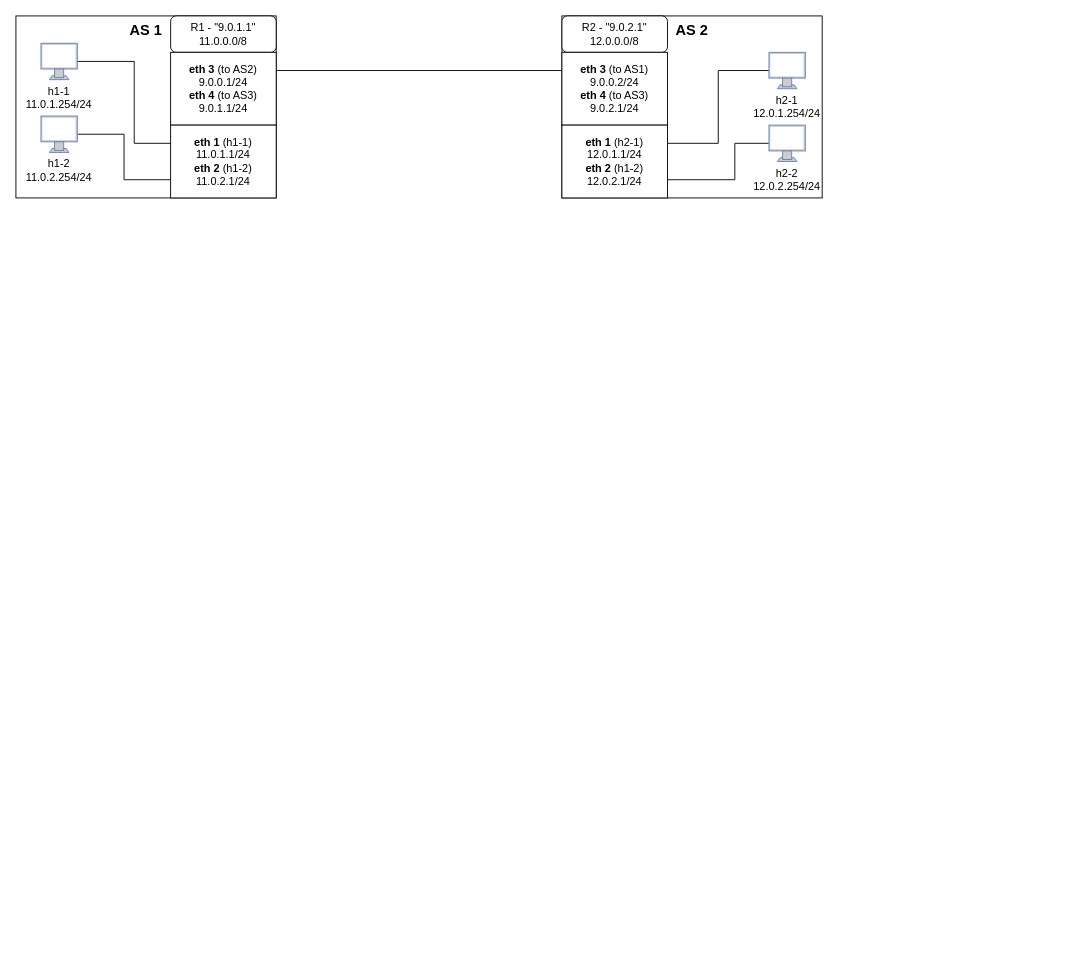
This is CN_BGPHijacking.drawio from andymakesapps/diagrams, a draw.io file, before an edit. Source tidied: cells renumbered, new cells numbered last; positions are measured from the earlier drawing's top-left corner, leaving out a move shared by most shapes. Both pictures are drawn from the tidied source at 91%, with x=0, y=0 at pixel (15, 15).
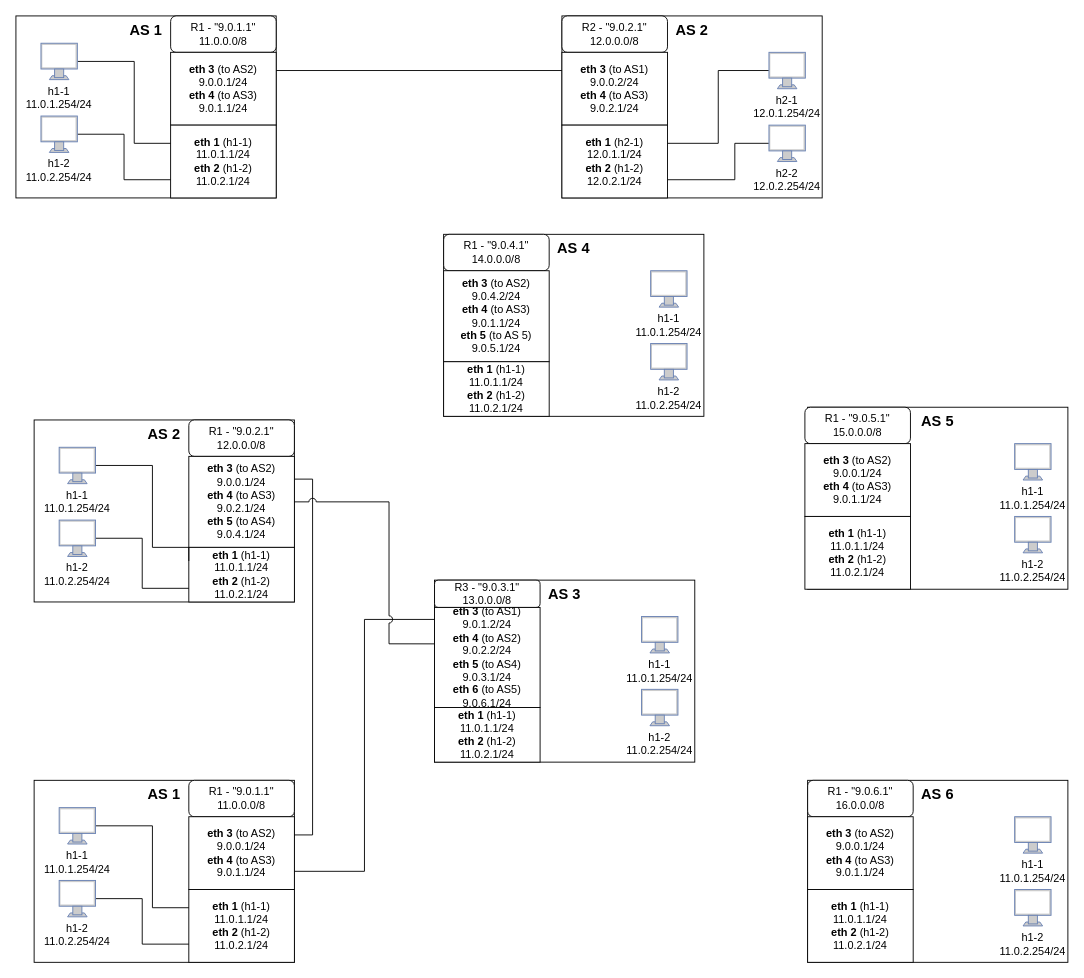
Above is the later version.

The edit, as a diff of the source:
```diff
@@
+    <mxCell id="27" style="group;" parent="1" vertex="1">
+      <mxGeometry x="20" y="840" width="286" height="200" as="geometry" />
+    </mxCell>
+    <mxCell id="28" style="rounded=0;whiteSpace=wrap;html=1;" parent="27" vertex="1">
+      <mxGeometry width="286" height="200" as="geometry" />
+    </mxCell>
+    <mxCell id="29" value="R1 - &quot;9.0.1.1&quot;&lt;br&gt;11.0.0.0/8" style="rounded=1;whiteSpace=wrap;html=1;" parent="27" vertex="1">
+      <mxGeometry x="170" width="116" height="40" as="geometry" />
+    </mxCell>
+    <mxCell id="30" value="&lt;b&gt;eth 3 &lt;/b&gt;(to AS2)&lt;br&gt;9.0.0.1/24&lt;br&gt;&lt;b&gt;eth 4 &lt;/b&gt;(to AS3)&lt;br&gt;9.0.1.1/24" style="rounded=0;whiteSpace=wrap;html=1;" parent="27" vertex="1">
+      <mxGeometry x="170" y="40" width="116" height="80" as="geometry" />
+    </mxCell>
+    <mxCell id="31" value="&lt;b&gt;eth 1&amp;nbsp;&lt;/b&gt;(h1-1)&lt;br&gt;11.0.1.1/24&lt;br&gt;&lt;b&gt;eth 2&amp;nbsp;&lt;/b&gt;(h1-2)&lt;br&gt;11.0.2.1/24" style="rounded=0;whiteSpace=wrap;html=1;" parent="27" vertex="1">
+      <mxGeometry x="170" y="120" width="116" height="80" as="geometry" />
+    </mxCell>
+    <mxCell id="32" style="edgeStyle=orthogonalEdgeStyle;rounded=0;jettySize=auto;html=1;exitX=1;exitY=0.5;exitDx=0;exitDy=0;exitPerimeter=0;entryX=0;entryY=0.25;entryDx=0;entryDy=0;endArrow=none;endFill=0;" parent="27" edge="1" source="33" target="31">
+      <mxGeometry relative="1" as="geometry">
+        <Array as="points">
+          <mxPoint x="130" y="50" />
+          <mxPoint x="130" y="140" />
+        </Array>
+      </mxGeometry>
+    </mxCell>
+    <mxCell id="33" style="fontColor=#0066CC;verticalAlign=top;verticalLabelPosition=bottom;labelPosition=center;align=center;html=1;outlineConnect=0;fillColor=#CCCCCC;strokeColor=#6881B3;gradientColor=none;gradientDirection=north;strokeWidth=2;shape=mxgraph.networks.monitor;" parent="27" vertex="1">
+      <mxGeometry x="27.5" y="30" width="40" height="40" as="geometry" />
+    </mxCell>
+    <mxCell id="34" value="h1-1&lt;br&gt;11.0.1.254/24" style="text;html=1;strokeColor=none;fillColor=none;align=center;verticalAlign=middle;whiteSpace=wrap;rounded=0;" parent="27" vertex="1">
+      <mxGeometry x="20" y="75" width="55" height="30" as="geometry" />
+    </mxCell>
+    <mxCell id="35" style="edgeStyle=orthogonalEdgeStyle;rounded=0;jettySize=auto;html=1;exitX=1;exitY=0.5;exitDx=0;exitDy=0;exitPerimeter=0;entryX=0;entryY=0.75;entryDx=0;entryDy=0;endArrow=none;endFill=0;" parent="27" edge="1" source="36" target="31">
+      <mxGeometry relative="1" as="geometry" />
+    </mxCell>
+    <mxCell id="36" style="fontColor=#0066CC;verticalAlign=top;verticalLabelPosition=bottom;labelPosition=center;align=center;html=1;outlineConnect=0;fillColor=#CCCCCC;strokeColor=#6881B3;gradientColor=none;gradientDirection=north;strokeWidth=2;shape=mxgraph.networks.monitor;" parent="27" vertex="1">
+      <mxGeometry x="27.5" y="110" width="40" height="40" as="geometry" />
+    </mxCell>
+    <mxCell id="37" value="h1-2&lt;br&gt;11.0.2.254/24" style="text;html=1;strokeColor=none;fillColor=none;align=center;verticalAlign=middle;whiteSpace=wrap;rounded=0;" parent="27" vertex="1">
+      <mxGeometry x="20" y="155" width="55" height="30" as="geometry" />
+    </mxCell>
+    <mxCell id="38" value="&lt;b&gt;&lt;font style=&quot;font-size: 16px;&quot;&gt;AS 1&lt;/font&gt;&lt;/b&gt;" style="text;html=1;strokeColor=none;fillColor=none;align=center;verticalAlign=middle;whiteSpace=wrap;rounded=0;" parent="27" vertex="1">
+      <mxGeometry x="113" width="60" height="30" as="geometry" />
+    </mxCell>
+    <mxCell id="39" style="group;" parent="1" vertex="1">
+      <mxGeometry x="870" y="840" width="286" height="200" as="geometry" />
+    </mxCell>
+    <mxCell id="40" style="rounded=0;whiteSpace=wrap;html=1;" parent="39" vertex="1">
+      <mxGeometry width="286" height="200" as="geometry" />
+    </mxCell>
+    <mxCell id="41" style="fontColor=#0066CC;verticalAlign=top;verticalLabelPosition=bottom;labelPosition=center;align=center;html=1;fillColor=#CCCCCC;strokeColor=#6881B3;gradientColor=none;gradientDirection=north;strokeWidth=2;shape=mxgraph.networks.monitor;" parent="39" vertex="1">
+      <mxGeometry x="227.5" y="40" width="40" height="40" as="geometry" />
+    </mxCell>
+    <mxCell id="42" value="h1-1&lt;br&gt;11.0.1.254/24" style="text;html=1;strokeColor=none;fillColor=none;align=center;verticalAlign=middle;whiteSpace=wrap;rounded=0;" parent="39" vertex="1">
+      <mxGeometry x="220" y="85" width="55" height="30" as="geometry" />
+    </mxCell>
+    <mxCell id="43" style="fontColor=#0066CC;verticalAlign=top;verticalLabelPosition=bottom;labelPosition=center;align=center;html=1;fillColor=#CCCCCC;strokeColor=#6881B3;gradientColor=none;gradientDirection=north;strokeWidth=2;shape=mxgraph.networks.monitor;" parent="39" vertex="1">
+      <mxGeometry x="227.5" y="120" width="40" height="40" as="geometry" />
+    </mxCell>
+    <mxCell id="44" value="h1-2&lt;br&gt;11.0.2.254/24" style="text;html=1;strokeColor=none;fillColor=none;align=center;verticalAlign=middle;whiteSpace=wrap;rounded=0;" parent="39" vertex="1">
+      <mxGeometry x="220" y="165" width="55" height="30" as="geometry" />
+    </mxCell>
+    <mxCell id="45" value="&lt;b&gt;&lt;font style=&quot;font-size: 16px;&quot;&gt;AS 6&lt;/font&gt;&lt;/b&gt;" style="text;html=1;strokeColor=none;fillColor=none;align=center;verticalAlign=middle;whiteSpace=wrap;rounded=0;" parent="39" vertex="1">
+      <mxGeometry x="113" width="60" height="30" as="geometry" />
+    </mxCell>
+    <mxCell id="46" value="R1 - &quot;9.0.6.1&quot;&lt;br&gt;16.0.0.0/8" style="rounded=1;whiteSpace=wrap;html=1;" parent="39" vertex="1">
+      <mxGeometry width="116" height="40" as="geometry" />
+    </mxCell>
+    <mxCell id="47" value="&lt;b&gt;eth 3 &lt;/b&gt;(to AS2)&lt;br&gt;9.0.0.1/24&lt;br&gt;&lt;b&gt;eth 4 &lt;/b&gt;(to AS3)&lt;br&gt;9.0.1.1/24" style="rounded=0;whiteSpace=wrap;html=1;" parent="39" vertex="1">
+      <mxGeometry y="40" width="116" height="80" as="geometry" />
+    </mxCell>
+    <mxCell id="48" value="&lt;b&gt;eth 1&amp;nbsp;&lt;/b&gt;(h1-1)&lt;br&gt;11.0.1.1/24&lt;br&gt;&lt;b&gt;eth 2&amp;nbsp;&lt;/b&gt;(h1-2)&lt;br&gt;11.0.2.1/24" style="rounded=0;whiteSpace=wrap;html=1;" parent="39" vertex="1">
+      <mxGeometry y="120" width="116" height="80" as="geometry" />
+    </mxCell>
+    <mxCell id="49" style="group;" parent="1" vertex="1">
+      <mxGeometry x="20" y="444" width="286" height="200" as="geometry" />
+    </mxCell>
+    <mxCell id="50" style="rounded=0;whiteSpace=wrap;html=1;" parent="49" vertex="1">
+      <mxGeometry width="286" height="200" as="geometry" />
+    </mxCell>
+    <mxCell id="51" value="R1 - &quot;9.0.2.1&quot;&lt;br&gt;12.0.0.0/8" style="rounded=1;whiteSpace=wrap;html=1;" parent="49" vertex="1">
+      <mxGeometry x="170" width="116" height="40" as="geometry" />
+    </mxCell>
+    <mxCell id="52" value="&lt;b&gt;eth 3 &lt;/b&gt;(to AS2)&lt;br&gt;9.0.0.1/24&lt;br&gt;&lt;b&gt;eth 4 &lt;/b&gt;(to AS3)&lt;br&gt;9.0.2.1/24&lt;br&gt;&lt;b&gt;eth 5 &lt;/b&gt;(to AS4)&lt;br&gt;9.0.4.1/24" style="rounded=0;whiteSpace=wrap;html=1;" parent="49" vertex="1">
+      <mxGeometry x="170" y="40" width="116" height="100" as="geometry" />
+    </mxCell>
+    <mxCell id="53" value="&lt;b&gt;eth 1&amp;nbsp;&lt;/b&gt;(h1-1)&lt;br&gt;11.0.1.1/24&lt;br&gt;&lt;b&gt;eth 2&amp;nbsp;&lt;/b&gt;(h1-2)&lt;br&gt;11.0.2.1/24" style="rounded=0;whiteSpace=wrap;html=1;" parent="49" vertex="1">
+      <mxGeometry x="170" y="140" width="116" height="60" as="geometry" />
+    </mxCell>
+    <mxCell id="54" style="edgeStyle=orthogonalEdgeStyle;rounded=0;jettySize=auto;html=1;exitX=1;exitY=0.5;exitDx=0;exitDy=0;exitPerimeter=0;entryX=0;entryY=0.25;entryDx=0;entryDy=0;endArrow=none;endFill=0;" parent="49" edge="1" source="55" target="53">
+      <mxGeometry relative="1" as="geometry">
+        <Array as="points">
+          <mxPoint x="130" y="50" />
+          <mxPoint x="130" y="140" />
+        </Array>
+      </mxGeometry>
+    </mxCell>
+    <mxCell id="55" style="fontColor=#0066CC;verticalAlign=top;verticalLabelPosition=bottom;labelPosition=center;align=center;html=1;outlineConnect=0;fillColor=#CCCCCC;strokeColor=#6881B3;gradientColor=none;gradientDirection=north;strokeWidth=2;shape=mxgraph.networks.monitor;" parent="49" vertex="1">
+      <mxGeometry x="27.5" y="30" width="40" height="40" as="geometry" />
+    </mxCell>
+    <mxCell id="56" value="h1-1&lt;br&gt;11.0.1.254/24" style="text;html=1;strokeColor=none;fillColor=none;align=center;verticalAlign=middle;whiteSpace=wrap;rounded=0;" parent="49" vertex="1">
+      <mxGeometry x="20" y="75" width="55" height="30" as="geometry" />
+    </mxCell>
+    <mxCell id="57" style="edgeStyle=orthogonalEdgeStyle;rounded=0;jettySize=auto;html=1;exitX=1;exitY=0.5;exitDx=0;exitDy=0;exitPerimeter=0;entryX=0;entryY=0.75;entryDx=0;entryDy=0;endArrow=none;endFill=0;" parent="49" edge="1" source="58" target="53">
+      <mxGeometry relative="1" as="geometry" />
+    </mxCell>
+    <mxCell id="58" style="fontColor=#0066CC;verticalAlign=top;verticalLabelPosition=bottom;labelPosition=center;align=center;html=1;outlineConnect=0;fillColor=#CCCCCC;strokeColor=#6881B3;gradientColor=none;gradientDirection=north;strokeWidth=2;shape=mxgraph.networks.monitor;" parent="49" vertex="1">
+      <mxGeometry x="27.5" y="110" width="40" height="40" as="geometry" />
+    </mxCell>
+    <mxCell id="59" value="h1-2&lt;br&gt;11.0.2.254/24" style="text;html=1;strokeColor=none;fillColor=none;align=center;verticalAlign=middle;whiteSpace=wrap;rounded=0;" parent="49" vertex="1">
+      <mxGeometry x="20" y="155" width="55" height="30" as="geometry" />
+    </mxCell>
+    <mxCell id="60" value="&lt;b&gt;&lt;font style=&quot;font-size: 16px;&quot;&gt;AS 2&lt;/font&gt;&lt;/b&gt;" style="text;html=1;strokeColor=none;fillColor=none;align=center;verticalAlign=middle;whiteSpace=wrap;rounded=0;" parent="49" vertex="1">
+      <mxGeometry x="113" width="60" height="30" as="geometry" />
+    </mxCell>
+    <mxCell id="61" style="group;" parent="1" vertex="1">
+      <mxGeometry x="460" y="620" width="286" height="200" as="geometry" />
+    </mxCell>
+    <mxCell id="62" style="rounded=0;whiteSpace=wrap;html=1;" parent="61" vertex="1">
+      <mxGeometry width="286" height="200" as="geometry" />
+    </mxCell>
+    <mxCell id="63" style="fontColor=#0066CC;verticalAlign=top;verticalLabelPosition=bottom;labelPosition=center;align=center;html=1;fillColor=#CCCCCC;strokeColor=#6881B3;gradientColor=none;gradientDirection=north;strokeWidth=2;shape=mxgraph.networks.monitor;" parent="61" vertex="1">
+      <mxGeometry x="227.5" y="40" width="40" height="40" as="geometry" />
+    </mxCell>
+    <mxCell id="64" value="h1-1&lt;br&gt;11.0.1.254/24" style="text;html=1;strokeColor=none;fillColor=none;align=center;verticalAlign=middle;whiteSpace=wrap;rounded=0;" parent="61" vertex="1">
+      <mxGeometry x="220" y="85" width="55" height="30" as="geometry" />
+    </mxCell>
+    <mxCell id="65" style="fontColor=#0066CC;verticalAlign=top;verticalLabelPosition=bottom;labelPosition=center;align=center;html=1;fillColor=#CCCCCC;strokeColor=#6881B3;gradientColor=none;gradientDirection=north;strokeWidth=2;shape=mxgraph.networks.monitor;" parent="61" vertex="1">
+      <mxGeometry x="227.5" y="120" width="40" height="40" as="geometry" />
+    </mxCell>
+    <mxCell id="66" value="h1-2&lt;br&gt;11.0.2.254/24" style="text;html=1;strokeColor=none;fillColor=none;align=center;verticalAlign=middle;whiteSpace=wrap;rounded=0;" parent="61" vertex="1">
+      <mxGeometry x="220" y="165" width="55" height="30" as="geometry" />
+    </mxCell>
+    <mxCell id="67" value="&lt;b&gt;&lt;font style=&quot;font-size: 16px;&quot;&gt;AS 3&lt;/font&gt;&lt;/b&gt;" style="text;html=1;strokeColor=none;fillColor=none;align=center;verticalAlign=middle;whiteSpace=wrap;rounded=0;" parent="61" vertex="1">
+      <mxGeometry x="113" width="60" height="30" as="geometry" />
+    </mxCell>
+    <mxCell id="68" value="R3 - &quot;9.0.3.1&quot;&lt;br&gt;13.0.0.0/8" style="rounded=1;whiteSpace=wrap;html=1;" parent="61" vertex="1">
+      <mxGeometry width="116" height="30" as="geometry" />
+    </mxCell>
+    <mxCell id="69" value="&lt;b&gt;eth 3 &lt;/b&gt;(to AS1)&lt;br&gt;9.0.1.2/24&lt;br&gt;&lt;b&gt;eth 4 &lt;/b&gt;(to AS2)&lt;br&gt;9.0.2.2/24&lt;br&gt;&lt;b&gt;eth 5 &lt;/b&gt;(to AS4)&lt;br&gt;9.0.3.1/24&lt;br&gt;&lt;b&gt;eth 6 &lt;/b&gt;(to AS5)&lt;br&gt;9.0.6.1/24" style="rounded=0;whiteSpace=wrap;html=1;" parent="61" vertex="1">
+      <mxGeometry y="30" width="116" height="110" as="geometry" />
+    </mxCell>
+    <mxCell id="70" value="&lt;b&gt;eth 1&amp;nbsp;&lt;/b&gt;(h1-1)&lt;br&gt;11.0.1.1/24&lt;br&gt;&lt;b&gt;eth 2&amp;nbsp;&lt;/b&gt;(h1-2)&lt;br&gt;11.0.2.1/24" style="rounded=0;whiteSpace=wrap;html=1;" parent="61" vertex="1">
+      <mxGeometry y="140" width="116" height="60" as="geometry" />
+    </mxCell>
+    <mxCell id="71" style="group;" parent="1" vertex="1">
+      <mxGeometry x="470" y="240" width="286" height="200" as="geometry" />
+    </mxCell>
+    <mxCell id="72" style="rounded=0;whiteSpace=wrap;html=1;" parent="71" vertex="1">
+      <mxGeometry width="286" height="200" as="geometry" />
+    </mxCell>
+    <mxCell id="73" style="fontColor=#0066CC;verticalAlign=top;verticalLabelPosition=bottom;labelPosition=center;align=center;html=1;fillColor=#CCCCCC;strokeColor=#6881B3;gradientColor=none;gradientDirection=north;strokeWidth=2;shape=mxgraph.networks.monitor;" parent="71" vertex="1">
+      <mxGeometry x="227.5" y="40" width="40" height="40" as="geometry" />
+    </mxCell>
+    <mxCell id="74" value="h1-1&lt;br&gt;11.0.1.254/24" style="text;html=1;strokeColor=none;fillColor=none;align=center;verticalAlign=middle;whiteSpace=wrap;rounded=0;" parent="71" vertex="1">
+      <mxGeometry x="220" y="85" width="55" height="30" as="geometry" />
+    </mxCell>
+    <mxCell id="75" style="fontColor=#0066CC;verticalAlign=top;verticalLabelPosition=bottom;labelPosition=center;align=center;html=1;fillColor=#CCCCCC;strokeColor=#6881B3;gradientColor=none;gradientDirection=north;strokeWidth=2;shape=mxgraph.networks.monitor;" parent="71" vertex="1">
+      <mxGeometry x="227.5" y="120" width="40" height="40" as="geometry" />
+    </mxCell>
+    <mxCell id="76" value="h1-2&lt;br&gt;11.0.2.254/24" style="text;html=1;strokeColor=none;fillColor=none;align=center;verticalAlign=middle;whiteSpace=wrap;rounded=0;" parent="71" vertex="1">
+      <mxGeometry x="220" y="165" width="55" height="30" as="geometry" />
+    </mxCell>
+    <mxCell id="77" value="&lt;b&gt;&lt;font style=&quot;font-size: 16px;&quot;&gt;AS 4&lt;/font&gt;&lt;/b&gt;" style="text;html=1;strokeColor=none;fillColor=none;align=center;verticalAlign=middle;whiteSpace=wrap;rounded=0;" parent="71" vertex="1">
+      <mxGeometry x="113" width="60" height="30" as="geometry" />
+    </mxCell>
+    <mxCell id="78" value="R1 - &quot;9.0.4.1&quot;&lt;br&gt;14.0.0.0/8" style="rounded=1;whiteSpace=wrap;html=1;" parent="71" vertex="1">
+      <mxGeometry width="116" height="40" as="geometry" />
+    </mxCell>
+    <mxCell id="79" value="&lt;b&gt;eth 3 &lt;/b&gt;(to AS2)&lt;br&gt;9.0.4.2/24&lt;br&gt;&lt;b&gt;eth 4 &lt;/b&gt;(to AS3)&lt;br&gt;9.0.1.1/24&lt;br&gt;&lt;b&gt;eth 5 &lt;/b&gt;(to AS 5)&lt;br&gt;9.0.5.1/24" style="rounded=0;whiteSpace=wrap;html=1;" parent="71" vertex="1">
+      <mxGeometry y="40" width="116" height="100" as="geometry" />
+    </mxCell>
+    <mxCell id="80" value="&lt;b&gt;eth 1&amp;nbsp;&lt;/b&gt;(h1-1)&lt;br&gt;11.0.1.1/24&lt;br&gt;&lt;b&gt;eth 2&amp;nbsp;&lt;/b&gt;(h1-2)&lt;br&gt;11.0.2.1/24" style="rounded=0;whiteSpace=wrap;html=1;" parent="71" vertex="1">
+      <mxGeometry y="140" width="116" height="60" as="geometry" />
+    </mxCell>
+    <mxCell id="81" style="group;" parent="1" vertex="1">
+      <mxGeometry x="870" y="430" width="286" height="200" as="geometry" />
+    </mxCell>
+    <mxCell id="82" style="rounded=0;whiteSpace=wrap;html=1;" parent="81" vertex="1">
+      <mxGeometry width="286" height="200" as="geometry" />
+    </mxCell>
+    <mxCell id="83" style="fontColor=#0066CC;verticalAlign=top;verticalLabelPosition=bottom;labelPosition=center;align=center;html=1;fillColor=#CCCCCC;strokeColor=#6881B3;gradientColor=none;gradientDirection=north;strokeWidth=2;shape=mxgraph.networks.monitor;" parent="81" vertex="1">
+      <mxGeometry x="227.5" y="40" width="40" height="40" as="geometry" />
+    </mxCell>
+    <mxCell id="84" value="h1-1&lt;br&gt;11.0.1.254/24" style="text;html=1;strokeColor=none;fillColor=none;align=center;verticalAlign=middle;whiteSpace=wrap;rounded=0;" parent="81" vertex="1">
+      <mxGeometry x="220" y="85" width="55" height="30" as="geometry" />
+    </mxCell>
+    <mxCell id="85" style="fontColor=#0066CC;verticalAlign=top;verticalLabelPosition=bottom;labelPosition=center;align=center;html=1;fillColor=#CCCCCC;strokeColor=#6881B3;gradientColor=none;gradientDirection=north;strokeWidth=2;shape=mxgraph.networks.monitor;" parent="81" vertex="1">
+      <mxGeometry x="227.5" y="120" width="40" height="40" as="geometry" />
+    </mxCell>
+    <mxCell id="86" value="h1-2&lt;br&gt;11.0.2.254/24" style="text;html=1;strokeColor=none;fillColor=none;align=center;verticalAlign=middle;whiteSpace=wrap;rounded=0;" parent="81" vertex="1">
+      <mxGeometry x="220" y="165" width="55" height="30" as="geometry" />
+    </mxCell>
+    <mxCell id="87" value="&lt;b&gt;&lt;font style=&quot;font-size: 16px;&quot;&gt;AS 5&lt;/font&gt;&lt;/b&gt;" style="text;html=1;strokeColor=none;fillColor=none;align=center;verticalAlign=middle;whiteSpace=wrap;rounded=0;" parent="81" vertex="1">
+      <mxGeometry x="113" width="60" height="30" as="geometry" />
+    </mxCell>
+    <mxCell id="88" value="R1 - &quot;9.0.5.1&quot;&lt;br&gt;15.0.0.0/8" style="rounded=1;whiteSpace=wrap;html=1;" parent="81" vertex="1">
+      <mxGeometry x="-3" width="116" height="40" as="geometry" />
+    </mxCell>
+    <mxCell id="89" value="&lt;b&gt;eth 3 &lt;/b&gt;(to AS2)&lt;br&gt;9.0.0.1/24&lt;br&gt;&lt;b&gt;eth 4 &lt;/b&gt;(to AS3)&lt;br&gt;9.0.1.1/24" style="rounded=0;whiteSpace=wrap;html=1;" parent="81" vertex="1">
+      <mxGeometry x="-3" y="40" width="116" height="80" as="geometry" />
+    </mxCell>
+    <mxCell id="90" value="&lt;b&gt;eth 1&amp;nbsp;&lt;/b&gt;(h1-1)&lt;br&gt;11.0.1.1/24&lt;br&gt;&lt;b&gt;eth 2&amp;nbsp;&lt;/b&gt;(h1-2)&lt;br&gt;11.0.2.1/24" style="rounded=0;whiteSpace=wrap;html=1;" parent="81" vertex="1">
+      <mxGeometry x="-3" y="120" width="116" height="80" as="geometry" />
+    </mxCell>
+    <mxCell id="91" style="edgeStyle=orthogonalEdgeStyle;rounded=0;jettySize=auto;html=1;exitX=1;exitY=0.25;exitDx=0;exitDy=0;entryX=1;entryY=0.25;entryDx=0;entryDy=0;endArrow=none;endFill=0;" parent="1" edge="1" source="52" target="30">
+      <mxGeometry relative="1" as="geometry" />
+    </mxCell>
+    <mxCell id="92" style="edgeStyle=orthogonalEdgeStyle;rounded=0;jettySize=auto;html=1;exitX=1;exitY=0.75;exitDx=0;exitDy=0;entryX=0.002;entryY=0.12;entryDx=0;entryDy=0;entryPerimeter=0;endArrow=none;endFill=0;" parent="1" edge="1" source="30" target="69">
+      <mxGeometry relative="1" as="geometry" />
+    </mxCell>
+    <mxCell id="93" style="edgeStyle=orthogonalEdgeStyle;rounded=0;jettySize=auto;html=1;exitX=1;exitY=0.5;exitDx=0;exitDy=0;entryX=0;entryY=0.364;entryDx=0;entryDy=0;entryPerimeter=0;jumpStyle=arc;jumpSize=8;endArrow=none;endFill=0;" parent="1" edge="1" source="52" target="69">
+      <mxGeometry relative="1" as="geometry">
+        <Array as="points">
+          <mxPoint x="410" y="534" />
+          <mxPoint x="410" y="690" />
+        </Array>
+      </mxGeometry>
+    </mxCell>
```
